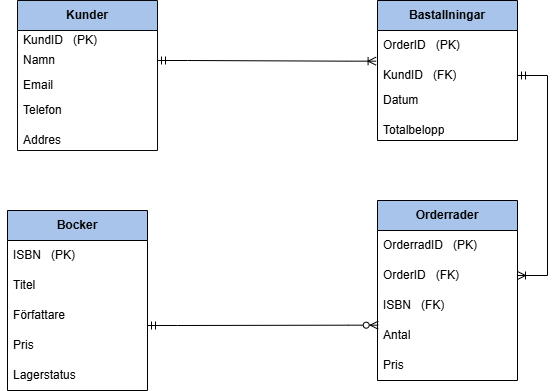
zahra-hadadi/inl-mning-1 keeps this draw.io diagram as ER-diagram1.drawio.png. Above is the earlier version. Source tidied: cells renumbered, new cells last; positions are measured from the earlier drawing's top-left corner, leaving out a move shared by most shapes.
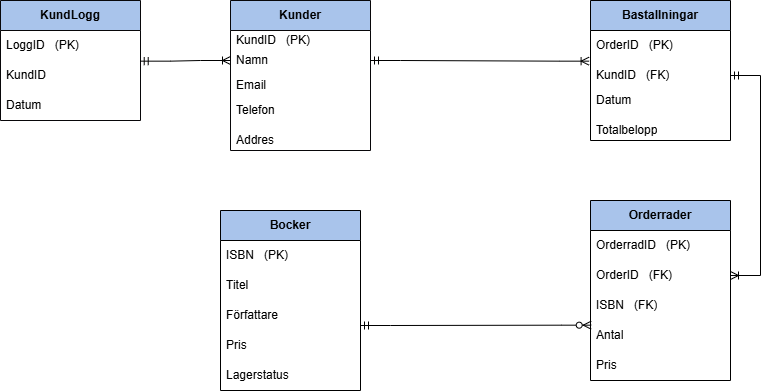
Later version of the same file.

Change to the diagram source:
```diff
@@ -85,5 +85,20 @@
     <mxCell id="28" style="edgeStyle=entityRelationEdgeStyle;fontSize=12;html=1;endArrow=ERoneToMany;startArrow=ERmandOne;rounded=0;exitX=1;exitY=0.5;exitDx=0;exitDy=0;entryX=1;entryY=0.5;entryDx=0;entryDy=0;" parent="1" edge="1" source="10" target="15">
       <mxGeometry relative="1" as="geometry" />
     </mxCell>
+    <mxCell id="29" value="&lt;b&gt;KundLogg&lt;/b&gt;" style="swimlane;fontStyle=0;horizontal=1;startSize=30;whiteSpace=wrap;html=1;strokeColor=#080709;fillColor=#A9C4EB;" parent="1" vertex="1">
+      <mxGeometry x="-220" width="140" height="120" as="geometry" />
+    </mxCell>
+    <mxCell id="30" value="&lt;div&gt;LoggID&amp;nbsp; &amp;nbsp;(PK)&lt;/div&gt;" style="text;strokeColor=none;fillColor=none;align=left;verticalAlign=middle;spacingLeft=4;spacingRight=4;overflow=hidden;whiteSpace=wrap;html=1;" parent="29" vertex="1">
+      <mxGeometry y="30" width="140" height="30" as="geometry" />
+    </mxCell>
+    <mxCell id="31" value="&lt;div&gt;KundID&lt;/div&gt;" style="text;strokeColor=none;fillColor=none;align=left;verticalAlign=middle;spacingLeft=4;spacingRight=4;overflow=hidden;points=[[0,0.5],[1,0.5]];portConstraint=eastwest;whiteSpace=wrap;html=1;" parent="29" vertex="1">
+      <mxGeometry y="60" width="140" height="30" as="geometry" />
+    </mxCell>
+    <mxCell id="32" value="Datum" style="text;strokeColor=none;fillColor=none;align=left;verticalAlign=middle;spacingLeft=4;spacingRight=4;overflow=hidden;whiteSpace=wrap;html=1;" parent="29" vertex="1">
+      <mxGeometry y="90" width="140" height="30" as="geometry" />
+    </mxCell>
+    <mxCell id="33" style="edgeStyle=entityRelationEdgeStyle;fontSize=12;html=1;endArrow=ERoneToMany;startArrow=ERmandOne;rounded=0;entryX=0;entryY=0.5;entryDx=0;entryDy=0;exitX=0.998;exitY=0.022;exitDx=0;exitDy=0;exitPerimeter=0;" parent="1" edge="1" source="31" target="4">
+      <mxGeometry relative="1" as="geometry" />
+    </mxCell>
   </root>
 </mxGraphModel>
```
